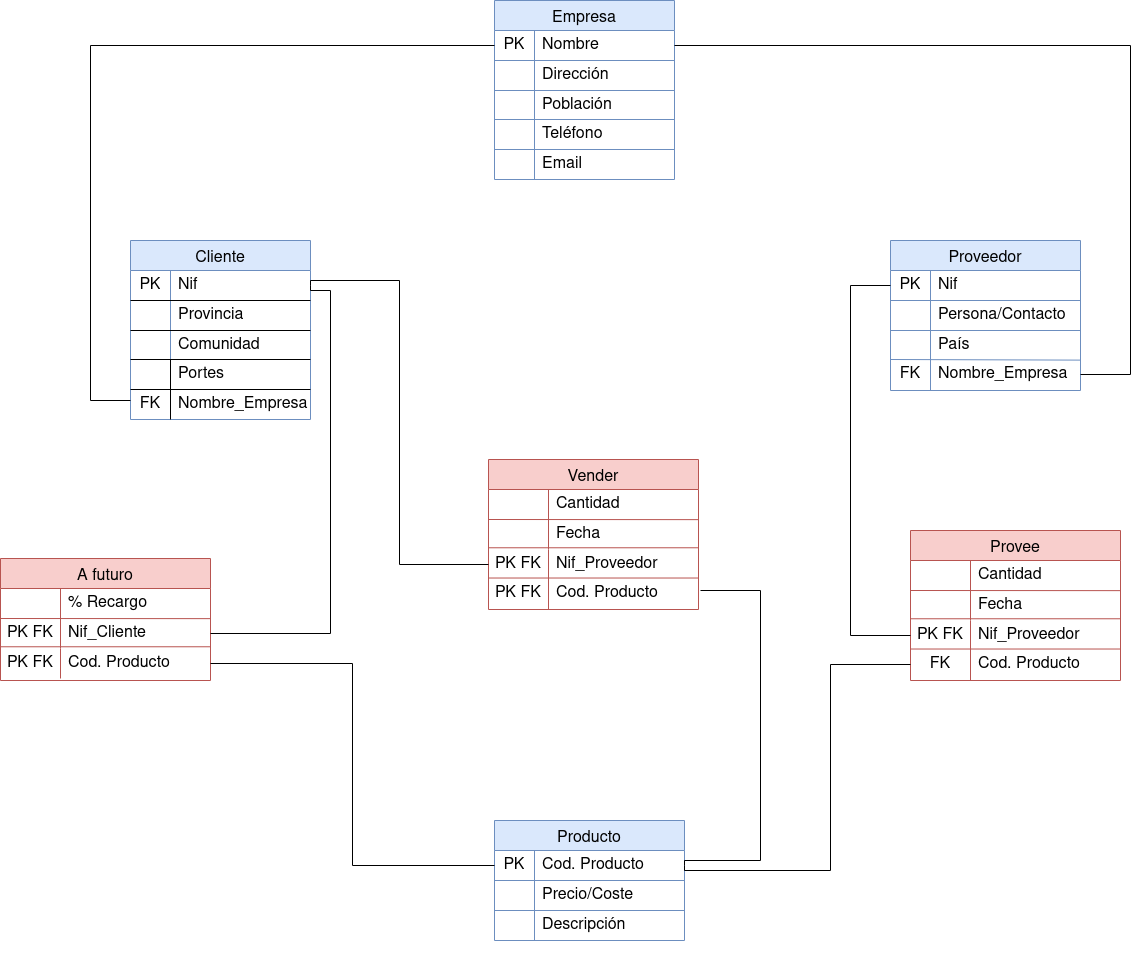
This is Empresa Compra Venta (MR).png from Chugani05/base-datos, a draw.io export, as it was before one commit. Source tidied: cells renumbered, new cells last; positions are measured from the earlier drawing's top-left corner, leaving out a move shared by most shapes.
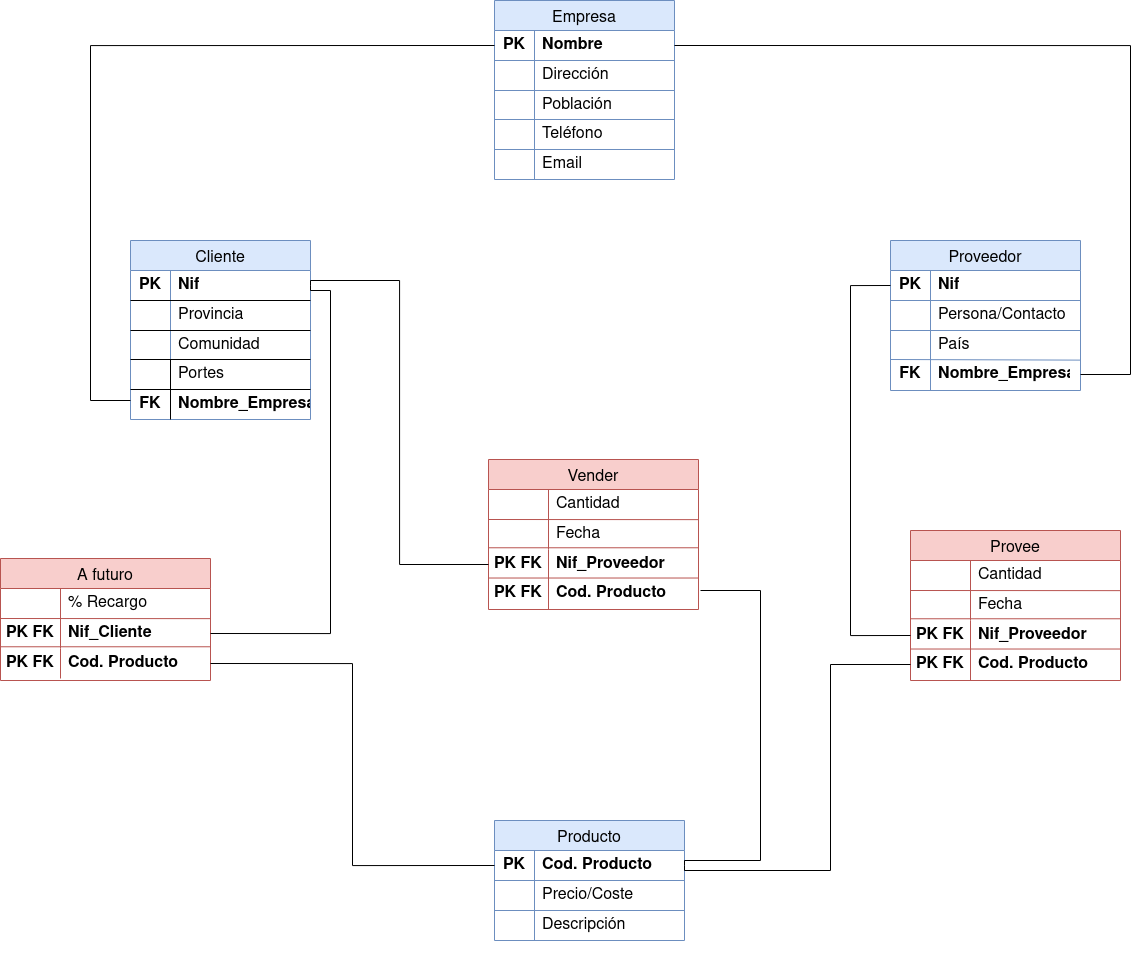
Later version of the same file.

Diff of the diagram source:
```diff
@@ -5,13 +5,13 @@
     <mxCell id="2" value="Empresa" style="shape=table;startSize=30;rowLines=0;fontStyle=0;fontSize=16;fillColor=#dae8fc;strokeColor=#6c8ebf;" parent="1" vertex="1">
       <mxGeometry x="494" width="180" height="179" as="geometry" />
     </mxCell>
-    <mxCell id="3" style="shape=tableRow;horizontal=0;startSize=0;swimlaneHead=0;swimlaneBody=0;top=0;left=0;bottom=0;right=0;fillColor=none;points=[[0,0.5],[1,0.5]];portConstraint=eastwest;strokeColor=inherit;fontSize=16;" parent="2" vertex="1">
+    <mxCell id="3" style="shape=tableRow;horizontal=0;startSize=0;swimlaneHead=0;swimlaneBody=0;top=0;left=0;bottom=0;right=0;fillColor=none;points=[[0,0.5],[1,0.5]];portConstraint=eastwest;strokeColor=inherit;fontSize=16;fontStyle=1;" parent="2" vertex="1">
       <mxGeometry y="30" width="180" height="30" as="geometry" />
     </mxCell>
-    <mxCell id="4" value="PK" style="shape=partialRectangle;html=1;whiteSpace=wrap;fillColor=none;top=0;left=0;bottom=0;right=0;overflow=hidden;strokeColor=inherit;fontSize=16;" parent="3" vertex="1">
+    <mxCell id="4" value="&lt;b&gt;PK&lt;/b&gt;" style="shape=partialRectangle;html=1;whiteSpace=wrap;fillColor=none;top=0;left=0;bottom=0;right=0;overflow=hidden;strokeColor=inherit;fontSize=16;" parent="3" vertex="1">
       <mxGeometry width="40" height="30" as="geometry" />
     </mxCell>
-    <mxCell id="5" value="Nombre" style="shape=partialRectangle;html=1;whiteSpace=wrap;fillColor=none;top=0;left=0;bottom=0;right=0;align=left;spacingLeft=6;overflow=hidden;strokeColor=inherit;fontSize=16;" parent="3" vertex="1">
+    <mxCell id="5" value="Nombre" style="shape=partialRectangle;html=1;whiteSpace=wrap;fillColor=none;top=0;left=0;bottom=0;right=0;align=left;spacingLeft=6;overflow=hidden;strokeColor=inherit;fontSize=16;fontStyle=1;" parent="3" vertex="1">
       <mxGeometry x="40" width="140" height="30" as="geometry" />
     </mxCell>
     <mxCell id="6" style="shape=tableRow;horizontal=0;startSize=0;swimlaneHead=0;swimlaneBody=0;top=0;left=0;bottom=0;right=0;fillColor=none;strokeColor=inherit;fontSize=16;" parent="2" vertex="1">
@@ -86,10 +86,10 @@
     <mxCell id="24" style="shape=tableRow;horizontal=0;startSize=0;swimlaneHead=0;swimlaneBody=0;top=0;left=0;bottom=0;right=0;fillColor=none;points=[[0,0.5],[1,0.5]];portConstraint=eastwest;strokeColor=inherit;fontSize=16;" parent="23" vertex="1">
       <mxGeometry y="30" width="190" height="30" as="geometry" />
     </mxCell>
-    <mxCell id="25" value="PK" style="shape=partialRectangle;html=1;whiteSpace=wrap;fillColor=none;top=0;left=0;bottom=0;right=0;overflow=hidden;strokeColor=inherit;fontSize=16;" parent="24" vertex="1">
+    <mxCell id="25" value="&lt;b&gt;PK&lt;/b&gt;" style="shape=partialRectangle;html=1;whiteSpace=wrap;fillColor=none;top=0;left=0;bottom=0;right=0;overflow=hidden;strokeColor=inherit;fontSize=16;" parent="24" vertex="1">
       <mxGeometry width="40" height="30" as="geometry" />
     </mxCell>
-    <mxCell id="26" value="Nif" style="shape=partialRectangle;html=1;whiteSpace=wrap;fillColor=none;top=0;left=0;bottom=0;right=0;align=left;spacingLeft=6;overflow=hidden;strokeColor=inherit;fontSize=16;" parent="24" vertex="1">
+    <mxCell id="26" value="&lt;b&gt;Nif&lt;/b&gt;" style="shape=partialRectangle;html=1;whiteSpace=wrap;fillColor=none;top=0;left=0;bottom=0;right=0;align=left;spacingLeft=6;overflow=hidden;strokeColor=inherit;fontSize=16;" parent="24" vertex="1">
       <mxGeometry x="40" width="150" height="30" as="geometry" />
     </mxCell>
     <mxCell id="27" style="shape=tableRow;horizontal=0;startSize=0;swimlaneHead=0;swimlaneBody=0;top=0;left=0;bottom=0;right=0;fillColor=none;strokeColor=inherit;fontSize=16;" parent="23" vertex="1">
@@ -113,10 +113,10 @@
     <mxCell id="33" style="shape=tableRow;horizontal=0;startSize=0;swimlaneHead=0;swimlaneBody=0;top=0;left=0;bottom=0;right=0;fillColor=none;strokeColor=inherit;fontSize=16;" parent="1" vertex="1">
       <mxGeometry x="900" y="309" width="180" height="30" as="geometry" />
     </mxCell>
-    <mxCell id="34" value="Nombre_Empresa" style="shape=partialRectangle;html=1;whiteSpace=wrap;fillColor=none;top=0;left=0;bottom=0;right=0;align=left;spacingLeft=6;overflow=hidden;strokeColor=inherit;fontSize=16;" parent="1" vertex="1">
+    <mxCell id="34" value="&lt;b&gt;Nombre_Empresa&lt;/b&gt;" style="shape=partialRectangle;html=1;whiteSpace=wrap;fillColor=none;top=0;left=0;bottom=0;right=0;align=left;spacingLeft=6;overflow=hidden;strokeColor=inherit;fontSize=16;" parent="1" vertex="1">
       <mxGeometry x="930" y="359" width="140" height="30" as="geometry" />
     </mxCell>
-    <mxCell id="35" value="FK" style="shape=partialRectangle;html=1;whiteSpace=wrap;fillColor=none;top=0;left=0;bottom=0;right=0;overflow=hidden;strokeColor=inherit;fontSize=16;" parent="1" vertex="1">
+    <mxCell id="35" value="&lt;b&gt;FK&lt;/b&gt;" style="shape=partialRectangle;html=1;whiteSpace=wrap;fillColor=none;top=0;left=0;bottom=0;right=0;overflow=hidden;strokeColor=inherit;fontSize=16;" parent="1" vertex="1">
       <mxGeometry x="890" y="359" width="40" height="30" as="geometry" />
     </mxCell>
     <mxCell id="36" style="shape=tableRow;horizontal=0;startSize=0;swimlaneHead=0;swimlaneBody=0;top=0;left=0;bottom=0;right=0;fillColor=none;strokeColor=inherit;fontSize=16;" parent="1" vertex="1">
@@ -148,13 +148,13 @@
     <mxCell id="41" value="Cliente" style="shape=table;startSize=30;rowLines=0;fontStyle=0;strokeColor=#6c8ebf;fontSize=16;fillColor=#dae8fc;" parent="1" vertex="1">
       <mxGeometry x="130" y="240" width="180" height="179" as="geometry" />
     </mxCell>
-    <mxCell id="42" style="shape=tableRow;horizontal=0;startSize=0;swimlaneHead=0;swimlaneBody=0;top=0;left=0;bottom=0;right=0;fillColor=none;points=[[0,0.5],[1,0.5]];portConstraint=eastwest;strokeColor=inherit;fontSize=16;" parent="41" vertex="1">
+    <mxCell id="42" style="shape=tableRow;horizontal=0;startSize=0;swimlaneHead=0;swimlaneBody=0;top=0;left=0;bottom=0;right=0;fillColor=none;points=[[0,0.5],[1,0.5]];portConstraint=eastwest;strokeColor=inherit;fontSize=16;fontStyle=1;" parent="41" vertex="1">
       <mxGeometry y="30" width="180" height="30" as="geometry" />
     </mxCell>
-    <mxCell id="43" value="PK" style="shape=partialRectangle;html=1;whiteSpace=wrap;fillColor=none;top=0;left=0;bottom=0;right=0;overflow=hidden;strokeColor=inherit;fontSize=16;" parent="42" vertex="1">
+    <mxCell id="43" value="&lt;b&gt;PK&lt;/b&gt;" style="shape=partialRectangle;html=1;whiteSpace=wrap;fillColor=none;top=0;left=0;bottom=0;right=0;overflow=hidden;strokeColor=inherit;fontSize=16;" parent="42" vertex="1">
       <mxGeometry width="40" height="30" as="geometry" />
     </mxCell>
-    <mxCell id="44" value="Nif" style="shape=partialRectangle;html=1;whiteSpace=wrap;fillColor=none;top=0;left=0;bottom=0;right=0;align=left;spacingLeft=6;overflow=hidden;strokeColor=inherit;fontSize=16;" parent="42" vertex="1">
+    <mxCell id="44" value="&lt;b&gt;Nif&lt;/b&gt;" style="shape=partialRectangle;html=1;whiteSpace=wrap;fillColor=none;top=0;left=0;bottom=0;right=0;align=left;spacingLeft=6;overflow=hidden;strokeColor=inherit;fontSize=16;" parent="42" vertex="1">
       <mxGeometry x="40" width="140" height="30" as="geometry" />
     </mxCell>
     <mxCell id="45" style="shape=tableRow;horizontal=0;startSize=0;swimlaneHead=0;swimlaneBody=0;top=0;left=0;bottom=0;right=0;fillColor=none;strokeColor=inherit;fontSize=16;" parent="41" vertex="1">
@@ -187,10 +187,10 @@
     <mxCell id="54" style="shape=tableRow;horizontal=0;startSize=0;swimlaneHead=0;swimlaneBody=0;top=0;left=0;bottom=0;right=0;fillColor=none;strokeColor=inherit;fontSize=16;" parent="1" vertex="1">
       <mxGeometry x="150" y="319" width="180" height="30" as="geometry" />
     </mxCell>
-    <mxCell id="55" value="Nombre_Empresa" style="shape=partialRectangle;html=1;whiteSpace=wrap;fillColor=none;top=0;left=0;bottom=0;right=0;align=left;spacingLeft=6;overflow=hidden;strokeColor=inherit;fontSize=16;" parent="1" vertex="1">
+    <mxCell id="55" value="&lt;b&gt;Nombre_Empresa&lt;/b&gt;" style="shape=partialRectangle;html=1;whiteSpace=wrap;fillColor=none;top=0;left=0;bottom=0;right=0;align=left;spacingLeft=6;overflow=hidden;strokeColor=inherit;fontSize=16;" parent="1" vertex="1">
       <mxGeometry x="170" y="389" width="140" height="30" as="geometry" />
     </mxCell>
-    <mxCell id="56" value="FK" style="shape=partialRectangle;html=1;whiteSpace=wrap;fillColor=none;top=0;left=0;bottom=0;right=0;overflow=hidden;strokeColor=inherit;fontSize=16;" parent="1" vertex="1">
+    <mxCell id="56" value="&lt;b&gt;FK&lt;/b&gt;" style="shape=partialRectangle;html=1;whiteSpace=wrap;fillColor=none;top=0;left=0;bottom=0;right=0;overflow=hidden;strokeColor=inherit;fontSize=16;" parent="1" vertex="1">
       <mxGeometry x="130" y="389" width="40" height="30" as="geometry" />
     </mxCell>
     <mxCell id="57" style="endArrow=none;html=1;rounded=0;" parent="1" edge="1">
@@ -265,19 +265,19 @@
     <mxCell id="71" style="shape=tableRow;horizontal=0;startSize=0;swimlaneHead=0;swimlaneBody=0;top=0;left=0;bottom=0;right=0;fillColor=none;points=[[0,0.5],[1,0.5]];portConstraint=eastwest;strokeColor=inherit;fontSize=16;" parent="64" vertex="1">
       <mxGeometry y="90" width="210" height="30" as="geometry" />
     </mxCell>
-    <mxCell id="72" value="PK FK" style="shape=partialRectangle;html=1;whiteSpace=wrap;fillColor=none;top=0;left=0;bottom=0;right=0;overflow=hidden;strokeColor=inherit;fontSize=16;" parent="71" vertex="1">
+    <mxCell id="72" value="&lt;b&gt;PK FK&lt;/b&gt;" style="shape=partialRectangle;html=1;whiteSpace=wrap;fillColor=none;top=0;left=0;bottom=0;right=0;overflow=hidden;strokeColor=inherit;fontSize=16;" parent="71" vertex="1">
       <mxGeometry width="60" height="30" as="geometry" />
     </mxCell>
-    <mxCell id="73" value="Nif_Proveedor" style="shape=partialRectangle;html=1;whiteSpace=wrap;fillColor=none;top=0;left=0;bottom=0;right=0;align=left;spacingLeft=6;overflow=hidden;strokeColor=inherit;fontSize=16;" parent="71" vertex="1">
+    <mxCell id="73" value="&lt;b&gt;Nif_Proveedor&lt;/b&gt;" style="shape=partialRectangle;html=1;whiteSpace=wrap;fillColor=none;top=0;left=0;bottom=0;right=0;align=left;spacingLeft=6;overflow=hidden;strokeColor=inherit;fontSize=16;" parent="71" vertex="1">
       <mxGeometry x="60" width="150" height="30" as="geometry" />
     </mxCell>
     <mxCell id="74" style="shape=tableRow;horizontal=0;startSize=0;swimlaneHead=0;swimlaneBody=0;top=0;left=0;bottom=0;right=0;fillColor=none;strokeColor=inherit;fontSize=16;" parent="1" vertex="1">
       <mxGeometry x="920" y="599" width="180" height="30" as="geometry" />
     </mxCell>
-    <mxCell id="75" value="Cod. Producto" style="shape=partialRectangle;html=1;whiteSpace=wrap;fillColor=none;top=0;left=0;bottom=0;right=0;align=left;spacingLeft=6;overflow=hidden;strokeColor=inherit;fontSize=16;" parent="1" vertex="1">
+    <mxCell id="75" value="&lt;b&gt;Cod. Producto&lt;/b&gt;" style="shape=partialRectangle;html=1;whiteSpace=wrap;fillColor=none;top=0;left=0;bottom=0;right=0;align=left;spacingLeft=6;overflow=hidden;strokeColor=inherit;fontSize=16;" parent="1" vertex="1">
       <mxGeometry x="970" y="649" width="140" height="30" as="geometry" />
     </mxCell>
-    <mxCell id="76" value="FK" style="shape=partialRectangle;html=1;whiteSpace=wrap;fillColor=none;top=0;left=0;bottom=0;right=0;overflow=hidden;strokeColor=inherit;fontSize=16;" parent="1" vertex="1">
+    <mxCell id="76" value="&lt;b&gt;PK FK&lt;/b&gt;" style="shape=partialRectangle;html=1;whiteSpace=wrap;fillColor=none;top=0;left=0;bottom=0;right=0;overflow=hidden;strokeColor=inherit;fontSize=16;" parent="1" vertex="1">
       <mxGeometry x="910" y="649" width="60" height="30" as="geometry" />
     </mxCell>
     <mxCell id="77" style="shape=tableRow;horizontal=0;startSize=0;swimlaneHead=0;swimlaneBody=0;top=0;left=0;bottom=0;right=0;fillColor=none;strokeColor=inherit;fontSize=16;" parent="1" vertex="1">
@@ -300,10 +300,10 @@
     <mxCell id="81" style="shape=tableRow;horizontal=0;startSize=0;swimlaneHead=0;swimlaneBody=0;top=0;left=0;bottom=0;right=0;fillColor=none;points=[[0,0.5],[1,0.5]];portConstraint=eastwest;strokeColor=inherit;fontSize=16;" parent="80" vertex="1">
       <mxGeometry y="30" width="190" height="30" as="geometry" />
     </mxCell>
-    <mxCell id="82" value="PK" style="shape=partialRectangle;html=1;whiteSpace=wrap;fillColor=none;top=0;left=0;bottom=0;right=0;overflow=hidden;strokeColor=inherit;fontSize=16;" parent="81" vertex="1">
+    <mxCell id="82" value="&lt;b&gt;PK&lt;/b&gt;" style="shape=partialRectangle;html=1;whiteSpace=wrap;fillColor=none;top=0;left=0;bottom=0;right=0;overflow=hidden;strokeColor=inherit;fontSize=16;" parent="81" vertex="1">
       <mxGeometry width="40" height="30" as="geometry" />
     </mxCell>
-    <mxCell id="83" value="Cod. Producto" style="shape=partialRectangle;html=1;whiteSpace=wrap;fillColor=none;top=0;left=0;bottom=0;right=0;align=left;spacingLeft=6;overflow=hidden;strokeColor=inherit;fontSize=16;" parent="81" vertex="1">
+    <mxCell id="83" value="Cod. Producto" style="shape=partialRectangle;html=1;whiteSpace=wrap;fillColor=none;top=0;left=0;bottom=0;right=0;align=left;spacingLeft=6;overflow=hidden;strokeColor=inherit;fontSize=16;fontStyle=1;" parent="81" vertex="1">
       <mxGeometry x="40" width="150" height="30" as="geometry" />
     </mxCell>
     <mxCell id="84" style="shape=tableRow;horizontal=0;startSize=0;swimlaneHead=0;swimlaneBody=0;top=0;left=0;bottom=0;right=0;fillColor=none;strokeColor=inherit;fontSize=16;" parent="80" vertex="1">
@@ -399,19 +399,19 @@
     <mxCell id="106" style="shape=tableRow;horizontal=0;startSize=0;swimlaneHead=0;swimlaneBody=0;top=0;left=0;bottom=0;right=0;fillColor=none;points=[[0,0.5],[1,0.5]];portConstraint=eastwest;strokeColor=inherit;fontSize=16;" parent="99" vertex="1">
       <mxGeometry y="90" width="210" height="30" as="geometry" />
     </mxCell>
-    <mxCell id="107" value="PK FK" style="shape=partialRectangle;html=1;whiteSpace=wrap;fillColor=none;top=0;left=0;bottom=0;right=0;overflow=hidden;strokeColor=inherit;fontSize=16;" parent="106" vertex="1">
+    <mxCell id="107" value="&lt;b&gt;PK FK&lt;/b&gt;" style="shape=partialRectangle;html=1;whiteSpace=wrap;fillColor=none;top=0;left=0;bottom=0;right=0;overflow=hidden;strokeColor=inherit;fontSize=16;" parent="106" vertex="1">
       <mxGeometry width="60" height="30" as="geometry" />
     </mxCell>
-    <mxCell id="108" value="Nif_Proveedor" style="shape=partialRectangle;html=1;whiteSpace=wrap;fillColor=none;top=0;left=0;bottom=0;right=0;align=left;spacingLeft=6;overflow=hidden;strokeColor=inherit;fontSize=16;" parent="106" vertex="1">
+    <mxCell id="108" value="&lt;b&gt;Nif_Proveedor&lt;/b&gt;" style="shape=partialRectangle;html=1;whiteSpace=wrap;fillColor=none;top=0;left=0;bottom=0;right=0;align=left;spacingLeft=6;overflow=hidden;strokeColor=inherit;fontSize=16;" parent="106" vertex="1">
       <mxGeometry x="60" width="150" height="30" as="geometry" />
     </mxCell>
     <mxCell id="109" style="shape=tableRow;horizontal=0;startSize=0;swimlaneHead=0;swimlaneBody=0;top=0;left=0;bottom=0;right=0;fillColor=none;strokeColor=inherit;fontSize=16;" parent="1" vertex="1">
       <mxGeometry x="498" y="528" width="180" height="30" as="geometry" />
     </mxCell>
-    <mxCell id="110" value="Cod. Producto" style="shape=partialRectangle;html=1;whiteSpace=wrap;fillColor=none;top=0;left=0;bottom=0;right=0;align=left;spacingLeft=6;overflow=hidden;strokeColor=inherit;fontSize=16;" parent="1" vertex="1">
+    <mxCell id="110" value="&lt;b&gt;Cod. Producto&lt;/b&gt;" style="shape=partialRectangle;html=1;whiteSpace=wrap;fillColor=none;top=0;left=0;bottom=0;right=0;align=left;spacingLeft=6;overflow=hidden;strokeColor=inherit;fontSize=16;" parent="1" vertex="1">
       <mxGeometry x="548" y="578" width="140" height="30" as="geometry" />
     </mxCell>
-    <mxCell id="111" value="PK FK" style="shape=partialRectangle;html=1;whiteSpace=wrap;fillColor=none;top=0;left=0;bottom=0;right=0;overflow=hidden;strokeColor=inherit;fontSize=16;" parent="1" vertex="1">
+    <mxCell id="111" value="&lt;b&gt;PK FK&lt;/b&gt;" style="shape=partialRectangle;html=1;whiteSpace=wrap;fillColor=none;top=0;left=0;bottom=0;right=0;overflow=hidden;strokeColor=inherit;fontSize=16;" parent="1" vertex="1">
       <mxGeometry x="488" y="578" width="60" height="30" as="geometry" />
     </mxCell>
     <mxCell id="112" style="shape=tableRow;horizontal=0;startSize=0;swimlaneHead=0;swimlaneBody=0;top=0;left=0;bottom=0;right=0;fillColor=none;strokeColor=inherit;fontSize=16;" parent="1" vertex="1">
@@ -455,19 +455,19 @@
     <mxCell id="121" style="shape=tableRow;horizontal=0;startSize=0;swimlaneHead=0;swimlaneBody=0;top=0;left=0;bottom=0;right=0;fillColor=none;points=[[0,0.5],[1,0.5]];portConstraint=eastwest;strokeColor=inherit;fontSize=16;" parent="117" vertex="1">
       <mxGeometry y="60" width="210" height="30" as="geometry" />
     </mxCell>
-    <mxCell id="122" value="PK FK" style="shape=partialRectangle;html=1;whiteSpace=wrap;fillColor=none;top=0;left=0;bottom=0;right=0;overflow=hidden;strokeColor=inherit;fontSize=16;" parent="121" vertex="1">
+    <mxCell id="122" value="&lt;b&gt;PK FK&lt;/b&gt;" style="shape=partialRectangle;html=1;whiteSpace=wrap;fillColor=none;top=0;left=0;bottom=0;right=0;overflow=hidden;strokeColor=inherit;fontSize=16;" parent="121" vertex="1">
       <mxGeometry width="60" height="30" as="geometry" />
     </mxCell>
-    <mxCell id="123" value="Nif_Cliente" style="shape=partialRectangle;html=1;whiteSpace=wrap;fillColor=none;top=0;left=0;bottom=0;right=0;align=left;spacingLeft=6;overflow=hidden;strokeColor=inherit;fontSize=16;" parent="121" vertex="1">
+    <mxCell id="123" value="&lt;b&gt;Nif_Cliente&lt;/b&gt;" style="shape=partialRectangle;html=1;whiteSpace=wrap;fillColor=none;top=0;left=0;bottom=0;right=0;align=left;spacingLeft=6;overflow=hidden;strokeColor=inherit;fontSize=16;" parent="121" vertex="1">
       <mxGeometry x="60" width="150" height="30" as="geometry" />
     </mxCell>
     <mxCell id="124" style="shape=tableRow;horizontal=0;startSize=0;swimlaneHead=0;swimlaneBody=0;top=0;left=0;bottom=0;right=0;fillColor=none;points=[[0,0.5],[1,0.5]];portConstraint=eastwest;strokeColor=inherit;fontSize=16;" parent="117" vertex="1">
       <mxGeometry y="90" width="210" height="30" as="geometry" />
     </mxCell>
-    <mxCell id="125" value="PK FK" style="shape=partialRectangle;html=1;whiteSpace=wrap;fillColor=none;top=0;left=0;bottom=0;right=0;overflow=hidden;strokeColor=inherit;fontSize=16;" parent="124" vertex="1">
+    <mxCell id="125" value="&lt;b&gt;PK FK&lt;/b&gt;" style="shape=partialRectangle;html=1;whiteSpace=wrap;fillColor=none;top=0;left=0;bottom=0;right=0;overflow=hidden;strokeColor=inherit;fontSize=16;" parent="124" vertex="1">
       <mxGeometry width="60" height="30" as="geometry" />
     </mxCell>
-    <mxCell id="126" value="Cod. Producto" style="shape=partialRectangle;html=1;whiteSpace=wrap;fillColor=none;top=0;left=0;bottom=0;right=0;align=left;spacingLeft=6;overflow=hidden;strokeColor=inherit;fontSize=16;" parent="124" vertex="1">
+    <mxCell id="126" value="&lt;b&gt;Cod. Producto&lt;/b&gt;" style="shape=partialRectangle;html=1;whiteSpace=wrap;fillColor=none;top=0;left=0;bottom=0;right=0;align=left;spacingLeft=6;overflow=hidden;strokeColor=inherit;fontSize=16;" parent="124" vertex="1">
       <mxGeometry x="60" width="150" height="30" as="geometry" />
     </mxCell>
     <mxCell id="127" style="shape=tableRow;horizontal=0;startSize=0;swimlaneHead=0;swimlaneBody=0;top=0;left=0;bottom=0;right=0;fillColor=none;strokeColor=inherit;fontSize=16;" parent="1" vertex="1">
```
